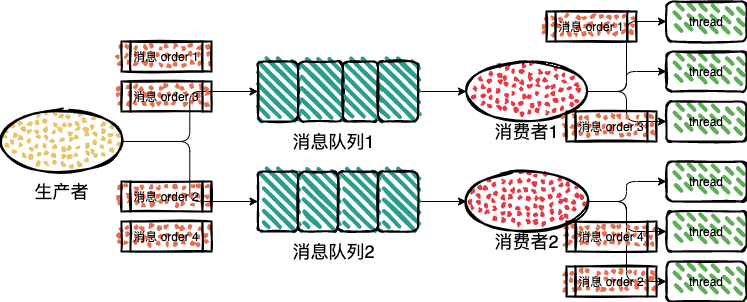
Before: img/mq/mq-order.png, a diagram exported from draw.io (boilingfrog/Go-POINT). Source tidied: cells renumbered, new cells last; positions are measured from the earlier drawing's top-left corner, leaving out a move shared by most shapes. Its diagram source:
```xml
<mxGraphModel>
  <root>
    <mxCell id="0" />
    <mxCell id="1" parent="0" />
    <mxCell id="2" style="rounded=1;whiteSpace=wrap;html=1;strokeWidth=2;fillWeight=4;hachureGap=8;hachureAngle=45;sketch=1;fillColor=#2A9D8F;" parent="1" vertex="1">
      <mxGeometry x="256.5" y="60" width="40" height="60" as="geometry" />
    </mxCell>
    <mxCell id="3" style="rounded=1;whiteSpace=wrap;html=1;strokeWidth=2;fillWeight=4;hachureGap=8;hachureAngle=45;sketch=1;fillColor=#2A9D8F;" parent="1" vertex="1">
      <mxGeometry x="296.5" y="60" width="45" height="60" as="geometry" />
    </mxCell>
    <mxCell id="4" style="rounded=1;whiteSpace=wrap;html=1;strokeWidth=2;fillWeight=4;hachureGap=8;hachureAngle=45;sketch=1;fillColor=#2A9D8F;" parent="1" vertex="1">
      <mxGeometry x="341.5" y="60" width="35" height="60" as="geometry" />
    </mxCell>
    <mxCell id="5" style="edgeStyle=orthogonalEdgeStyle;html=1;entryX=0;entryY=0.5;entryDx=0;entryDy=0;fontSize=18;" parent="1" edge="1" source="6" target="21">
      <mxGeometry relative="1" as="geometry" />
    </mxCell>
    <mxCell id="6" style="rounded=1;whiteSpace=wrap;html=1;strokeWidth=2;fillWeight=4;hachureGap=8;hachureAngle=45;sketch=1;fillColor=#2A9D8F;" parent="1" vertex="1">
      <mxGeometry x="376.5" y="60" width="40" height="60" as="geometry" />
    </mxCell>
    <mxCell id="7" value="&lt;font style=&quot;font-size: 18px&quot;&gt;消息队列1&lt;/font&gt;" style="text;html=1;align=center;verticalAlign=middle;strokeColor=none;strokeWidth=1;" parent="1" vertex="1">
      <mxGeometry x="281.5" y="130" width="100" height="20" as="geometry" />
    </mxCell>
    <mxCell id="8" style="edgeStyle=orthogonalEdgeStyle;html=1;entryX=0;entryY=0.5;entryDx=0;entryDy=0;" parent="1" edge="1" source="10" target="2">
      <mxGeometry relative="1" as="geometry" />
    </mxCell>
    <mxCell id="9" style="edgeStyle=orthogonalEdgeStyle;html=1;" parent="1" edge="1" source="10" target="12">
      <mxGeometry relative="1" as="geometry" />
    </mxCell>
    <mxCell id="10" style="ellipse;whiteSpace=wrap;html=1;strokeWidth=2;fillWeight=2;hachureGap=8;fillStyle=dots;sketch=1;fillColor=#E9C46A;" parent="1" vertex="1">
      <mxGeometry y="110" width="120" height="60" as="geometry" />
    </mxCell>
    <mxCell id="11" value="&lt;span style=&quot;font-size: 18px&quot;&gt;生产者&lt;/span&gt;" style="text;html=1;align=center;verticalAlign=middle;strokeColor=none;strokeWidth=1;" parent="1" vertex="1">
      <mxGeometry x="25" y="180" width="70" height="20" as="geometry" />
    </mxCell>
    <mxCell id="12" style="rounded=1;whiteSpace=wrap;html=1;strokeWidth=2;fillWeight=4;hachureGap=8;hachureAngle=45;sketch=1;fillColor=#2A9D8F;" parent="1" vertex="1">
      <mxGeometry x="256.5" y="170" width="40" height="60" as="geometry" />
    </mxCell>
    <mxCell id="13" style="rounded=1;whiteSpace=wrap;html=1;strokeWidth=2;fillWeight=4;hachureGap=8;hachureAngle=45;sketch=1;fillColor=#2A9D8F;" parent="1" vertex="1">
      <mxGeometry x="296.5" y="170" width="40" height="60" as="geometry" />
    </mxCell>
    <mxCell id="14" style="rounded=1;whiteSpace=wrap;html=1;strokeWidth=2;fillWeight=4;hachureGap=8;hachureAngle=45;sketch=1;fillColor=#2A9D8F;" parent="1" vertex="1">
      <mxGeometry x="336.5" y="170" width="40" height="60" as="geometry" />
    </mxCell>
    <mxCell id="15" style="edgeStyle=orthogonalEdgeStyle;html=1;entryX=0;entryY=0.5;entryDx=0;entryDy=0;fontSize=18;" parent="1" edge="1" source="16" target="24">
      <mxGeometry relative="1" as="geometry" />
    </mxCell>
    <mxCell id="16" style="rounded=1;whiteSpace=wrap;html=1;strokeWidth=2;fillWeight=4;hachureGap=8;hachureAngle=45;sketch=1;fillColor=#2A9D8F;" parent="1" vertex="1">
      <mxGeometry x="376.5" y="170" width="40" height="60" as="geometry" />
    </mxCell>
    <mxCell id="17" value="&lt;font style=&quot;font-size: 18px&quot;&gt;消息队列2&lt;/font&gt;" style="text;html=1;align=center;verticalAlign=middle;strokeColor=none;strokeWidth=1;" parent="1" vertex="1">
      <mxGeometry x="281.5" y="240" width="100" height="20" as="geometry" />
    </mxCell>
    <mxCell id="18" style="edgeStyle=orthogonalEdgeStyle;html=1;entryX=0;entryY=0.5;entryDx=0;entryDy=0;fontSize=18;" parent="1" edge="1" source="21" target="27">
      <mxGeometry relative="1" as="geometry" />
    </mxCell>
    <mxCell id="19" style="edgeStyle=orthogonalEdgeStyle;html=1;entryX=0;entryY=0.5;entryDx=0;entryDy=0;fontSize=18;" parent="1" edge="1" source="21" target="28">
      <mxGeometry relative="1" as="geometry" />
    </mxCell>
    <mxCell id="20" style="edgeStyle=orthogonalEdgeStyle;html=1;entryX=0;entryY=0.5;entryDx=0;entryDy=0;fontSize=18;" parent="1" edge="1" source="21" target="29">
      <mxGeometry relative="1" as="geometry" />
    </mxCell>
    <mxCell id="21" style="ellipse;whiteSpace=wrap;html=1;strokeWidth=2;fillWeight=2;hachureGap=8;fillStyle=dots;sketch=1;fillColor=#e63946;" parent="1" vertex="1">
      <mxGeometry x="465" y="60" width="120" height="60" as="geometry" />
    </mxCell>
    <mxCell id="22" style="edgeStyle=orthogonalEdgeStyle;html=1;entryX=0;entryY=0.5;entryDx=0;entryDy=0;fontFamily=Helvetica;fontSize=18;fontColor=default;" parent="1" edge="1" source="24" target="35">
      <mxGeometry relative="1" as="geometry" />
    </mxCell>
    <mxCell id="23" style="edgeStyle=orthogonalEdgeStyle;html=1;entryX=0;entryY=0.5;entryDx=0;entryDy=0;fontFamily=Helvetica;fontSize=18;fontColor=default;" parent="1" edge="1" source="24" target="36">
      <mxGeometry relative="1" as="geometry" />
    </mxCell>
    <mxCell id="24" style="ellipse;whiteSpace=wrap;html=1;strokeWidth=2;fillWeight=2;hachureGap=8;fillStyle=dots;sketch=1;fillColor=#e63946;" parent="1" vertex="1">
      <mxGeometry x="465" y="170" width="120" height="60" as="geometry" />
    </mxCell>
    <mxCell id="25" value="&lt;font style=&quot;font-size: 18px&quot;&gt;消费者1&lt;/font&gt;" style="text;html=1;align=center;verticalAlign=middle;strokeColor=none;fillColor=none;" parent="1" vertex="1">
      <mxGeometry x="485" y="120" width="80" height="20" as="geometry" />
    </mxCell>
    <mxCell id="26" value="&lt;font style=&quot;font-size: 18px&quot;&gt;消费者2&lt;/font&gt;" style="text;html=1;align=center;verticalAlign=middle;strokeColor=none;fillColor=none;" parent="1" vertex="1">
      <mxGeometry x="485" y="230" width="80" height="20" as="geometry" />
    </mxCell>
    <mxCell id="27" value="thread" style="rounded=1;whiteSpace=wrap;html=1;fontSize=12;fillColor=#5FAD56;strokeWidth=2;fillWeight=4;hachureGap=8;hachureAngle=45;sketch=1;fillStyle=dashed;" parent="1" vertex="1">
      <mxGeometry x="665" width="80" height="40" as="geometry" />
    </mxCell>
    <mxCell id="28" value="thread" style="rounded=1;whiteSpace=wrap;html=1;fontSize=12;fillColor=#5FAD56;strokeWidth=2;fillWeight=4;hachureGap=8;hachureAngle=45;sketch=1;fillStyle=dashed;" parent="1" vertex="1">
      <mxGeometry x="665" y="50" width="80" height="40" as="geometry" />
    </mxCell>
    <mxCell id="29" value="thread" style="rounded=1;whiteSpace=wrap;html=1;fontSize=12;fillColor=#5FAD56;strokeWidth=2;fillWeight=4;hachureGap=8;hachureAngle=45;sketch=1;fillStyle=dashed;" parent="1" vertex="1">
      <mxGeometry x="665" y="100" width="80" height="40" as="geometry" />
    </mxCell>
    <mxCell id="30" value="消息 order 1" style="shape=process;whiteSpace=wrap;html=1;backgroundOutline=1;fontFamily=Helvetica;fontSize=12;fontColor=default;strokeColor=default;fillColor=#E76F51;strokeWidth=2;fillWeight=2;hachureGap=8;fillStyle=dots;sketch=1;" parent="1" vertex="1">
      <mxGeometry x="120" y="40" width="90" height="30" as="geometry" />
    </mxCell>
    <mxCell id="31" value="消息 order 3" style="shape=process;whiteSpace=wrap;html=1;backgroundOutline=1;fontFamily=Helvetica;fontSize=12;fontColor=default;strokeColor=default;fillColor=#E76F51;strokeWidth=2;fillWeight=2;hachureGap=8;fillStyle=dots;sketch=1;" parent="1" vertex="1">
      <mxGeometry x="120" y="80" width="90" height="30" as="geometry" />
    </mxCell>
    <mxCell id="32" value="消息 order 2" style="shape=process;whiteSpace=wrap;html=1;backgroundOutline=1;fontFamily=Helvetica;fontSize=12;fontColor=default;strokeColor=default;fillColor=#E76F51;strokeWidth=2;fillWeight=2;hachureGap=8;fillStyle=dots;sketch=1;" parent="1" vertex="1">
      <mxGeometry x="120" y="180" width="90" height="30" as="geometry" />
    </mxCell>
    <mxCell id="33" value="消息 order 4" style="shape=process;whiteSpace=wrap;html=1;backgroundOutline=1;fontFamily=Helvetica;fontSize=12;fontColor=default;strokeColor=default;fillColor=#E76F51;strokeWidth=2;fillWeight=2;hachureGap=8;fillStyle=dots;sketch=1;" parent="1" vertex="1">
      <mxGeometry x="120" y="220" width="90" height="30" as="geometry" />
    </mxCell>
    <mxCell id="34" style="edgeStyle=orthogonalEdgeStyle;html=1;entryX=0;entryY=0.5;entryDx=0;entryDy=0;fontSize=18;exitX=1;exitY=0.5;exitDx=0;exitDy=0;" parent="1" edge="1" source="24" target="37">
      <mxGeometry relative="1" as="geometry" />
    </mxCell>
    <mxCell id="35" value="thread" style="rounded=1;whiteSpace=wrap;html=1;fontSize=12;fillColor=#5FAD56;strokeWidth=2;fillWeight=4;hachureGap=8;hachureAngle=45;sketch=1;fillStyle=dashed;" parent="1" vertex="1">
      <mxGeometry x="665" y="160" width="80" height="40" as="geometry" />
    </mxCell>
    <mxCell id="36" value="thread" style="rounded=1;whiteSpace=wrap;html=1;fontSize=12;fillColor=#5FAD56;strokeWidth=2;fillWeight=4;hachureGap=8;hachureAngle=45;sketch=1;fillStyle=dashed;" parent="1" vertex="1">
      <mxGeometry x="665" y="210" width="80" height="40" as="geometry" />
    </mxCell>
    <mxCell id="37" value="thread" style="rounded=1;whiteSpace=wrap;html=1;fontSize=12;fillColor=#5FAD56;strokeWidth=2;fillWeight=4;hachureGap=8;hachureAngle=45;sketch=1;fillStyle=dashed;" parent="1" vertex="1">
      <mxGeometry x="665" y="260" width="80" height="40" as="geometry" />
    </mxCell>
    <mxCell id="38" value="消息 order 1" style="shape=process;whiteSpace=wrap;html=1;backgroundOutline=1;fontFamily=Helvetica;fontSize=12;fontColor=default;strokeColor=default;fillColor=#E76F51;strokeWidth=2;fillWeight=2;hachureGap=8;fillStyle=dots;sketch=1;" parent="1" vertex="1">
      <mxGeometry x="545" y="10" width="90" height="30" as="geometry" />
    </mxCell>
    <mxCell id="39" value="消息 order 3" style="shape=process;whiteSpace=wrap;html=1;backgroundOutline=1;fontFamily=Helvetica;fontSize=12;fontColor=default;strokeColor=default;fillColor=#E76F51;strokeWidth=2;fillWeight=2;hachureGap=8;fillStyle=dots;sketch=1;" parent="1" vertex="1">
      <mxGeometry x="565" y="110" width="90" height="30" as="geometry" />
    </mxCell>
    <mxCell id="40" value="消息 order 2" style="shape=process;whiteSpace=wrap;html=1;backgroundOutline=1;fontFamily=Helvetica;fontSize=12;fontColor=default;strokeColor=default;fillColor=#E76F51;strokeWidth=2;fillWeight=2;hachureGap=8;fillStyle=dots;sketch=1;" parent="1" vertex="1">
      <mxGeometry x="565" y="265" width="90" height="30" as="geometry" />
    </mxCell>
    <mxCell id="41" value="消息 order 4" style="shape=process;whiteSpace=wrap;html=1;backgroundOutline=1;fontFamily=Helvetica;fontSize=12;fontColor=default;strokeColor=default;fillColor=#E76F51;strokeWidth=2;fillWeight=2;hachureGap=8;fillStyle=dots;sketch=1;" parent="1" vertex="1">
      <mxGeometry x="565" y="220" width="90" height="30" as="geometry" />
    </mxCell>
  </root>
</mxGraphModel>
```
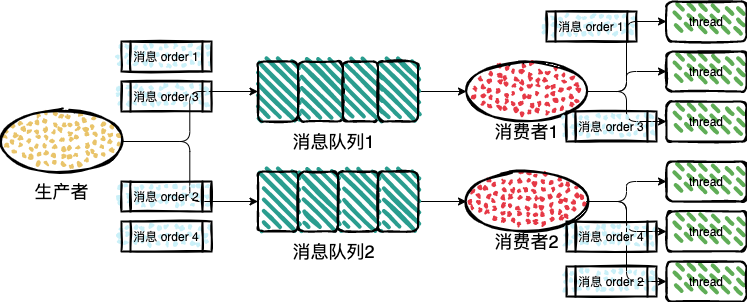
The same file after the commit.

Commit message:
feat:mq 如何实现消息的顺序性

What changed in the source:
```diff
@@ -86,16 +86,16 @@
     <mxCell id="29" value="thread" style="rounded=1;whiteSpace=wrap;html=1;fontSize=12;fillColor=#5FAD56;strokeWidth=2;fillWeight=4;hachureGap=8;hachureAngle=45;sketch=1;fillStyle=dashed;" parent="1" vertex="1">
       <mxGeometry x="665" y="100" width="80" height="40" as="geometry" />
     </mxCell>
-    <mxCell id="30" value="消息 order 1" style="shape=process;whiteSpace=wrap;html=1;backgroundOutline=1;fontFamily=Helvetica;fontSize=12;fontColor=default;strokeColor=default;fillColor=#E76F51;strokeWidth=2;fillWeight=2;hachureGap=8;fillStyle=dots;sketch=1;" parent="1" vertex="1">
+    <mxCell id="30" value="消息 order 1" style="shape=process;whiteSpace=wrap;html=1;backgroundOutline=1;fontFamily=Helvetica;fontSize=12;fontColor=default;strokeColor=default;fillColor=#CAF0F8;strokeWidth=2;fillWeight=2;hachureGap=8;fillStyle=dots;sketch=1;" parent="1" vertex="1">
       <mxGeometry x="120" y="40" width="90" height="30" as="geometry" />
     </mxCell>
-    <mxCell id="31" value="消息 order 3" style="shape=process;whiteSpace=wrap;html=1;backgroundOutline=1;fontFamily=Helvetica;fontSize=12;fontColor=default;strokeColor=default;fillColor=#E76F51;strokeWidth=2;fillWeight=2;hachureGap=8;fillStyle=dots;sketch=1;" parent="1" vertex="1">
+    <mxCell id="31" value="消息 order 3" style="shape=process;whiteSpace=wrap;html=1;backgroundOutline=1;fontFamily=Helvetica;fontSize=12;fontColor=default;strokeColor=default;fillColor=#CAF0F8;strokeWidth=2;fillWeight=2;hachureGap=8;fillStyle=dots;sketch=1;" parent="1" vertex="1">
       <mxGeometry x="120" y="80" width="90" height="30" as="geometry" />
     </mxCell>
-    <mxCell id="32" value="消息 order 2" style="shape=process;whiteSpace=wrap;html=1;backgroundOutline=1;fontFamily=Helvetica;fontSize=12;fontColor=default;strokeColor=default;fillColor=#E76F51;strokeWidth=2;fillWeight=2;hachureGap=8;fillStyle=dots;sketch=1;" parent="1" vertex="1">
+    <mxCell id="32" value="消息 order 2" style="shape=process;whiteSpace=wrap;html=1;backgroundOutline=1;fontFamily=Helvetica;fontSize=12;fontColor=default;strokeColor=default;fillColor=#CAF0F8;strokeWidth=2;fillWeight=2;hachureGap=8;fillStyle=dots;sketch=1;" parent="1" vertex="1">
       <mxGeometry x="120" y="180" width="90" height="30" as="geometry" />
     </mxCell>
-    <mxCell id="33" value="消息 order 4" style="shape=process;whiteSpace=wrap;html=1;backgroundOutline=1;fontFamily=Helvetica;fontSize=12;fontColor=default;strokeColor=default;fillColor=#E76F51;strokeWidth=2;fillWeight=2;hachureGap=8;fillStyle=dots;sketch=1;" parent="1" vertex="1">
+    <mxCell id="33" value="消息 order 4" style="shape=process;whiteSpace=wrap;html=1;backgroundOutline=1;fontFamily=Helvetica;fontSize=12;fontColor=default;strokeColor=default;fillColor=#CAF0F8;strokeWidth=2;fillWeight=2;hachureGap=8;fillStyle=dots;sketch=1;" parent="1" vertex="1">
       <mxGeometry x="120" y="220" width="90" height="30" as="geometry" />
     </mxCell>
     <mxCell id="34" style="edgeStyle=orthogonalEdgeStyle;html=1;entryX=0;entryY=0.5;entryDx=0;entryDy=0;fontSize=18;exitX=1;exitY=0.5;exitDx=0;exitDy=0;" parent="1" edge="1" source="24" target="37">
@@ -110,16 +110,16 @@
     <mxCell id="37" value="thread" style="rounded=1;whiteSpace=wrap;html=1;fontSize=12;fillColor=#5FAD56;strokeWidth=2;fillWeight=4;hachureGap=8;hachureAngle=45;sketch=1;fillStyle=dashed;" parent="1" vertex="1">
       <mxGeometry x="665" y="260" width="80" height="40" as="geometry" />
     </mxCell>
-    <mxCell id="38" value="消息 order 1" style="shape=process;whiteSpace=wrap;html=1;backgroundOutline=1;fontFamily=Helvetica;fontSize=12;fontColor=default;strokeColor=default;fillColor=#E76F51;strokeWidth=2;fillWeight=2;hachureGap=8;fillStyle=dots;sketch=1;" parent="1" vertex="1">
+    <mxCell id="38" value="消息 order 1" style="shape=process;whiteSpace=wrap;html=1;backgroundOutline=1;fontFamily=Helvetica;fontSize=12;fontColor=default;strokeColor=default;fillColor=#CAF0F8;strokeWidth=2;fillWeight=2;hachureGap=8;fillStyle=dots;sketch=1;" parent="1" vertex="1">
       <mxGeometry x="545" y="10" width="90" height="30" as="geometry" />
     </mxCell>
-    <mxCell id="39" value="消息 order 3" style="shape=process;whiteSpace=wrap;html=1;backgroundOutline=1;fontFamily=Helvetica;fontSize=12;fontColor=default;strokeColor=default;fillColor=#E76F51;strokeWidth=2;fillWeight=2;hachureGap=8;fillStyle=dots;sketch=1;" parent="1" vertex="1">
+    <mxCell id="39" value="消息 order 3" style="shape=process;whiteSpace=wrap;html=1;backgroundOutline=1;fontFamily=Helvetica;fontSize=12;fontColor=default;strokeColor=default;fillColor=#CAF0F8;strokeWidth=2;fillWeight=2;hachureGap=8;fillStyle=dots;sketch=1;" parent="1" vertex="1">
       <mxGeometry x="565" y="110" width="90" height="30" as="geometry" />
     </mxCell>
-    <mxCell id="40" value="消息 order 2" style="shape=process;whiteSpace=wrap;html=1;backgroundOutline=1;fontFamily=Helvetica;fontSize=12;fontColor=default;strokeColor=default;fillColor=#E76F51;strokeWidth=2;fillWeight=2;hachureGap=8;fillStyle=dots;sketch=1;" parent="1" vertex="1">
+    <mxCell id="40" value="消息 order 2" style="shape=process;whiteSpace=wrap;html=1;backgroundOutline=1;fontFamily=Helvetica;fontSize=12;fontColor=default;strokeColor=default;fillColor=#CAF0F8;strokeWidth=2;fillWeight=2;hachureGap=8;fillStyle=dots;sketch=1;" parent="1" vertex="1">
       <mxGeometry x="565" y="265" width="90" height="30" as="geometry" />
     </mxCell>
-    <mxCell id="41" value="消息 order 4" style="shape=process;whiteSpace=wrap;html=1;backgroundOutline=1;fontFamily=Helvetica;fontSize=12;fontColor=default;strokeColor=default;fillColor=#E76F51;strokeWidth=2;fillWeight=2;hachureGap=8;fillStyle=dots;sketch=1;" parent="1" vertex="1">
+    <mxCell id="41" value="消息 order 4" style="shape=process;whiteSpace=wrap;html=1;backgroundOutline=1;fontFamily=Helvetica;fontSize=12;fontColor=default;strokeColor=default;fillColor=#CAF0F8;strokeWidth=2;fillWeight=2;hachureGap=8;fillStyle=dots;sketch=1;" parent="1" vertex="1">
       <mxGeometry x="565" y="220" width="90" height="30" as="geometry" />
     </mxCell>
   </root>
```
